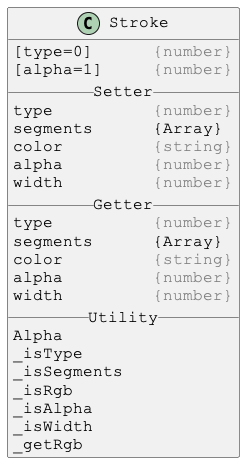
Justin-Byrne/canvasLab keeps this PlantUML diagram as docs/PlantUml/images/Stroke.png. Above is the earlier version.
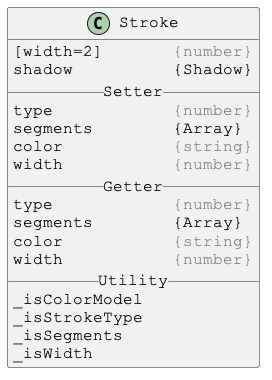
The same file after the commit.

Change to the diagram source:
```diff
@@ -4,28 +4,23 @@
 skinparam DefaultFontName Courier New
 
 class Stroke {
-[type=0]      <color:gray>{number}</color>
-[alpha=1]     <color:gray>{number}</color>
+[width=2]       <color:gray>{number}</color>
+shadow          {Shadow}
 __ Setter __
-type          <color:gray>{number}</color>
-segments      {Array}
-color         <color:gray>{string}</color>
-alpha         <color:gray>{number}</color>
-width         <color:gray>{number}</color>
+type            <color:gray>{number}</color>
+segments        {Array}
+color           <color:gray>{string}</color>
+width           <color:gray>{number}</color>
 __ Getter __
-type          <color:gray>{number}</color>
-segments      {Array}
-color         <color:gray>{string}</color>
-alpha         <color:gray>{number}</color>
-width         <color:gray>{number}</color>
+type            <color:gray>{number}</color>
+segments        {Array}
+color           <color:gray>{string}</color>
+width           <color:gray>{number}</color>
 __ Utility __
-Alpha
-_isType
+_isColorModel
+_isStrokeType
 _isSegments
-_isRgb
-_isAlpha
 _isWidth
-_getRgb
 }
 
 @enduml
```
